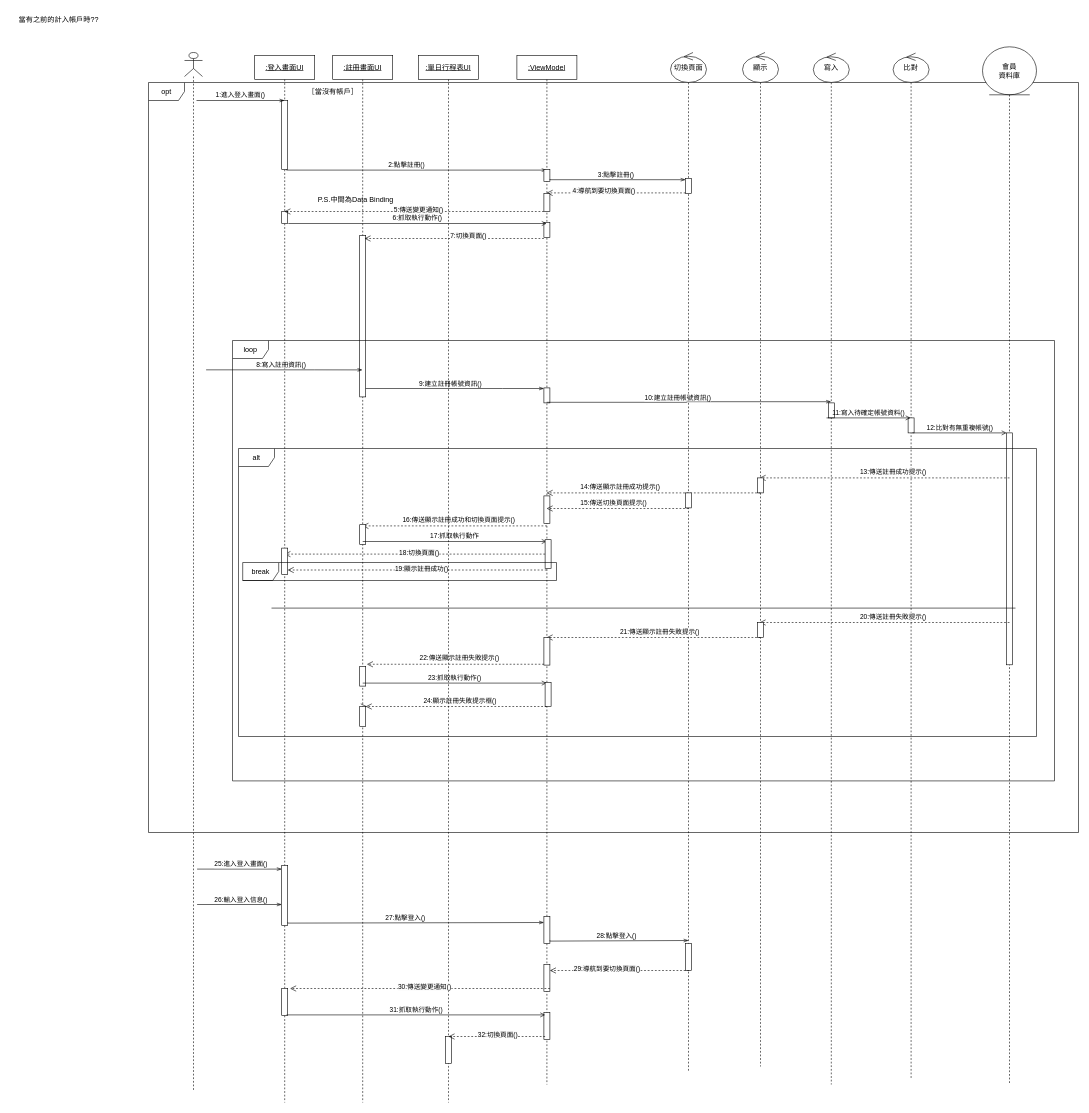
Above: page "循序圖-管理會員" (3 of 6) of 系統設計圖/使用個案圖20250226.drawio in Kevincheng0804/Graduation-Topic (draw.io), before the change. Source tidied: cells renumbered, new cells numbered last; positions are measured from the earlier drawing's top-left corner, leaving out a move shared by most shapes. Both pictures are drawn from the tidied source at 60%, with x=0, y=0 at pixel (10, 10).
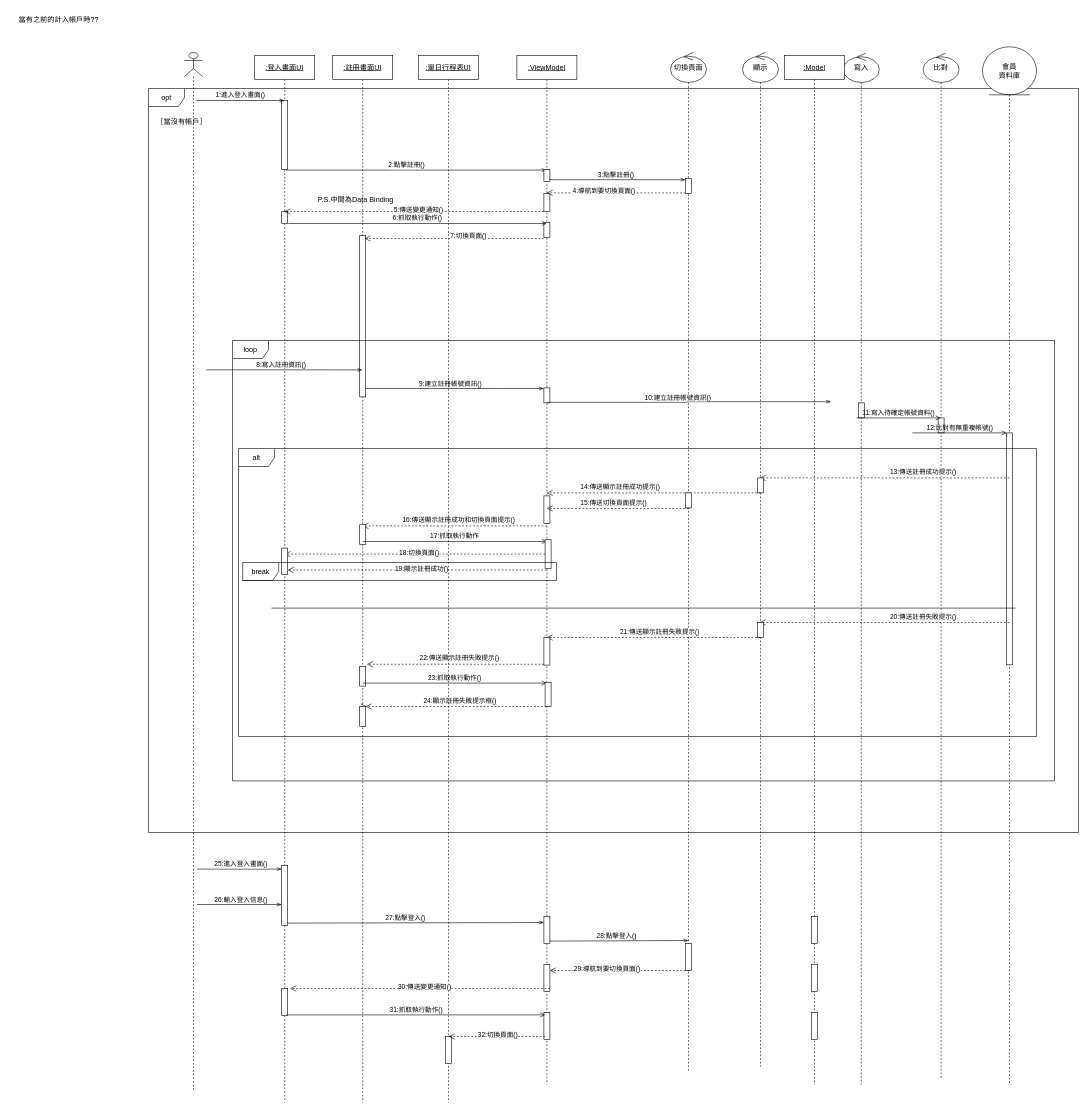
Above is the later version.

Commit message:
準備更改control轉成viewmodel 和 model

Unchanged cells that the change refers to:
```xml
<mxCell id="50" style="html=1;verticalAlign=bottom;endArrow=open;dashed=1;endSize=8;curved=0;rounded=0;" parent="1" edge="1">
  <mxGeometry relative="1" as="geometry">
    <mxPoint x="1665" y="779" as="sourcePoint" />
    <mxPoint x="1248.5" y="779" as="targetPoint" />
  </mxGeometry>
</mxCell>
<mxCell id="72" style="html=1;verticalAlign=bottom;endArrow=open;dashed=1;endSize=8;curved=0;rounded=0;" parent="1" edge="1">
  <mxGeometry relative="1" as="geometry">
    <mxPoint x="1665" y="1020" as="sourcePoint" />
    <mxPoint x="1248.5" y="1020" as="targetPoint" />
  </mxGeometry>
</mxCell>
```

Change to the diagram source:
```diff
@@
     <mxCell id="10" value="opt" style="shape=umlFrame;whiteSpace=wrap;html=1;" parent="1" vertex="1">
-      <mxGeometry x="230" y="120" width="1550" height="1250" as="geometry" />
+      <mxGeometry x="230" y="130" width="1550" height="1240" as="geometry" />
     </mxCell>
@@
     <mxCell id="13" value="［當沒有帳戶］" style="text;html=1;align=center;verticalAlign=middle;strokeColor=none;fillColor=none;" parent="1" vertex="1">
-      <mxGeometry x="482" y="120" width="110" height="30" as="geometry" />
+      <mxGeometry x="230" y="170" width="110" height="30" as="geometry" />
     </mxCell>
@@
     <mxCell id="39" value="寫入" style="shape=umlLifeline;perimeter=lifelinePerimeter;whiteSpace=wrap;html=1;newEdgeStyle={&quot;curved&quot;:0,&quot;rounded&quot;:0};participant=umlControl;size=49;" parent="1" vertex="1">
-      <mxGeometry x="1338" y="71" width="60" height="1719" as="geometry" />
+      <mxGeometry x="1388" y="71" width="60" height="1719" as="geometry" />
     </mxCell>
@@
     <mxCell id="43" value="比對" style="shape=umlLifeline;perimeter=lifelinePerimeter;whiteSpace=wrap;html=1;newEdgeStyle={&quot;curved&quot;:0,&quot;rounded&quot;:0};participant=umlControl;size=49;" parent="1" vertex="1">
-      <mxGeometry x="1471" y="71" width="60" height="1709" as="geometry" />
+      <mxGeometry x="1521" y="71" width="60" height="1709" as="geometry" />
     </mxCell>
@@
     <mxCell id="45" value="11:寫入待確定帳號資料()" style="html=1;verticalAlign=bottom;labelBackgroundColor=none;endArrow=open;endFill=0;rounded=0;exitX=1;exitY=1;exitDx=0;exitDy=-5;exitPerimeter=0;" parent="1" edge="1">
       <mxGeometry relative="1" as="geometry">
-        <mxPoint x="1360" y="679" as="sourcePoint" />
-        <mxPoint x="1500" y="679" as="targetPoint" />
+        <mxPoint x="1410" y="679" as="sourcePoint" />
+        <mxPoint x="1550" y="679" as="targetPoint" />
       </mxGeometry>
     </mxCell>
@@
     <mxCell id="51" value="13:傳送註冊成功提示()" style="edgeLabel;html=1;align=center;verticalAlign=middle;" parent="50" vertex="1">
       <mxGeometry x="-0.13" y="-2" relative="1" as="geometry">
-        <mxPoint x="-14" y="-9" as="offset" />
+        <mxPoint x="36" y="-9" as="offset" />
       </mxGeometry>
     </mxCell>
@@
     <mxCell id="73" value="20:傳送註冊失敗提示()" style="edgeLabel;html=1;align=center;verticalAlign=middle;" parent="72" vertex="1">
       <mxGeometry x="-0.13" y="-2" relative="1" as="geometry">
-        <mxPoint x="-14" y="-9" as="offset" />
+        <mxPoint x="36" y="-9" as="offset" />
       </mxGeometry>
     </mxCell>
@@
+    <mxCell id="110" value="&lt;u&gt;:Model&lt;/u&gt;" style="shape=umlLifeline;perimeter=lifelinePerimeter;whiteSpace=wrap;html=1;newEdgeStyle={&quot;curved&quot;:0,&quot;rounded&quot;:0};" parent="1" vertex="1">
+      <mxGeometry x="1290" y="75" width="100" height="1715" as="geometry" />
+    </mxCell>
+    <mxCell id="111" style="html=1;perimeter=orthogonalPerimeter;targetShapes=umlLifeline;newEdgeStyle={&quot;curved&quot;:0,&quot;rounded&quot;:0};" parent="110" vertex="1">
+      <mxGeometry x="45" y="1435" width="10" height="45" as="geometry" />
+    </mxCell>
+    <mxCell id="112" style="html=1;perimeter=orthogonalPerimeter;targetShapes=umlLifeline;newEdgeStyle={&quot;curved&quot;:0,&quot;rounded&quot;:0};" parent="110" vertex="1">
+      <mxGeometry x="45" y="1515" width="10" height="45" as="geometry" />
+    </mxCell>
+    <mxCell id="113" style="html=1;perimeter=orthogonalPerimeter;targetShapes=umlLifeline;newEdgeStyle={&quot;curved&quot;:0,&quot;rounded&quot;:0};" parent="110" vertex="1">
+      <mxGeometry x="45" y="1595" width="10" height="45" as="geometry" />
+    </mxCell>
```
